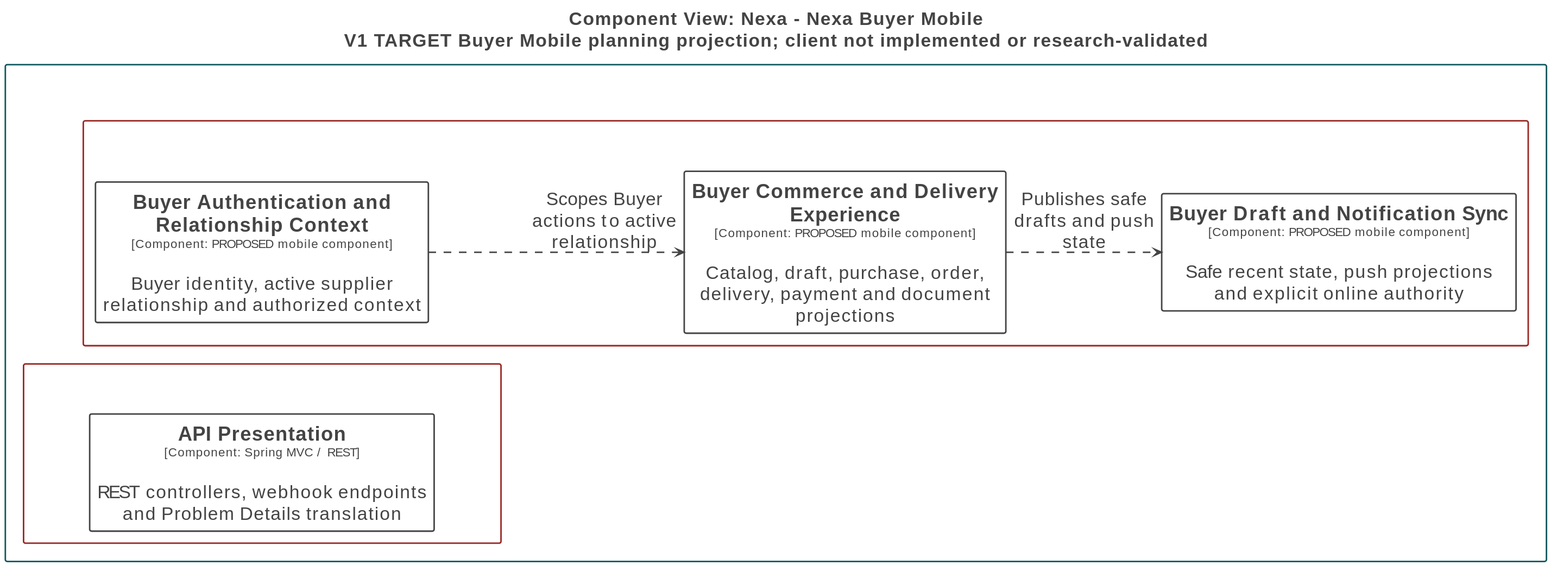
Above: 01-shared/architecture/c4/exports/l3/Nexa-Buyer-Mobile-TARGET.svg in nexa-suite/blueprint (PlantUML), before the change.
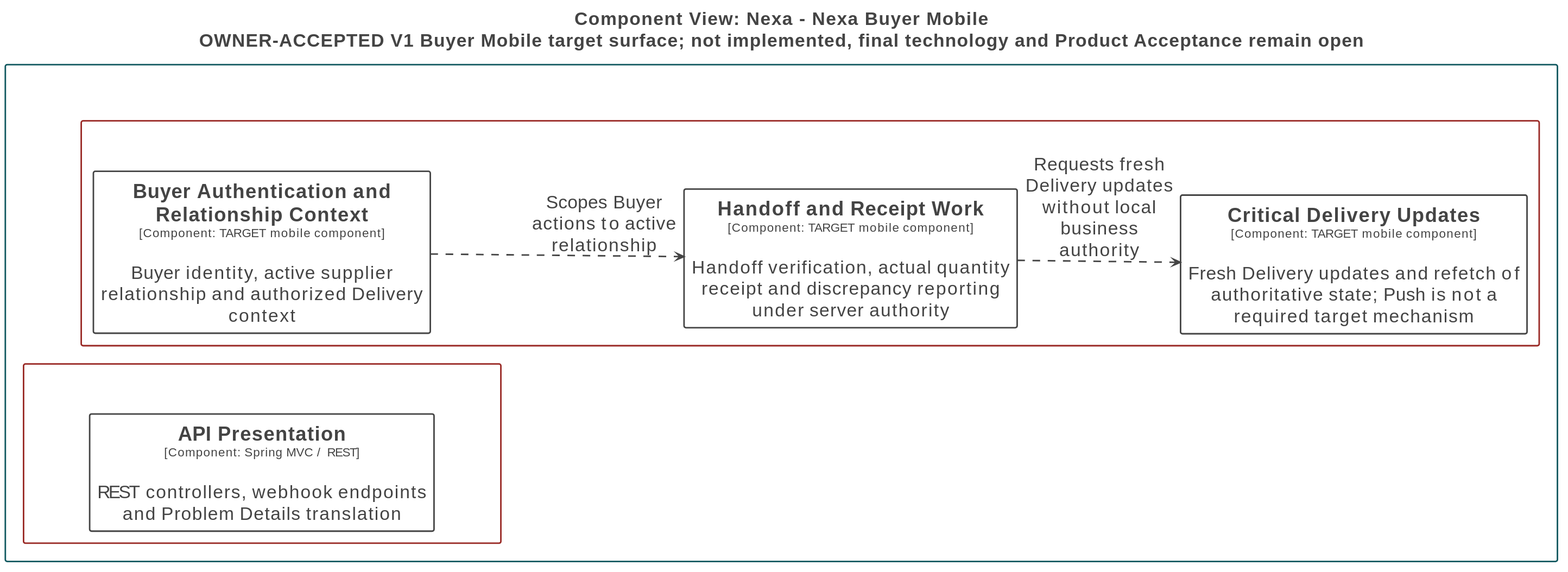
Later version of the same file.

The edit, as a diff of the source:
```diff
@@ -1,5 +1,5 @@
 @startuml
-title <size:24>Component View: Nexa - Nexa Buyer Mobile</size>\n<size:24>V1 TARGET Buyer Mobile planning projection; client not implemented or research-validated</size>
+title <size:24>Component View: Nexa - Nexa Buyer Mobile</size>\n<size:24>OWNER-ACCEPTED V1 Buyer Mobile target surface; not implemented, final technology and Product Acceptance remain open</size>
 
 set separator none
 left to right direction
@@ -73,14 +73,14 @@
     rectangle "==API Presentation\n<size:16>[Component: Spring MVC / REST]</size>\n\nREST controllers, webhook endpoints and Problem Details translation" <<Element-RWxlbWVudA==>> as Nexa.NexaAPI.APIPresentation
   }
 
-  rectangle "Nexa Buyer Mobile\n<size:16>[Container: Mobile client — framework not selected]</size>" <<Boundary-TmV4YSBCdXllciBNb2JpbGU=>> {
-    rectangle "==Buyer Authentication and Relationship Context\n<size:16>[Component: PROPOSED mobile component]</size>\n\nBuyer identity, active supplier relationship and authorized context" <<Element-RWxlbWVudA==>> as Nexa.NexaBuyerMobile.BuyerAuthenticationandRelationshipContext
-    rectangle "==Buyer Commerce and Delivery Experience\n<size:16>[Component: PROPOSED mobile component]</size>\n\nCatalog, draft, purchase, order, delivery, payment and document projections" <<Element-RWxlbWVudA==>> as Nexa.NexaBuyerMobile.BuyerCommerceandDeliveryExperience
-    rectangle "==Buyer Draft and Notification Sync\n<size:16>[Component: PROPOSED mobile component]</size>\n\nSafe recent state, push projections and explicit online authority" <<Element-RWxlbWVudA==>> as Nexa.NexaBuyerMobile.BuyerDraftandNotificationSync
+  rectangle "Nexa Buyer Mobile\n<size:16>[Container: Mobile client technology — final selection open]</size>" <<Boundary-TmV4YSBCdXllciBNb2JpbGU=>> {
+    rectangle "==Buyer Authentication and Relationship Context\n<size:16>[Component: TARGET mobile component]</size>\n\nBuyer identity, active supplier relationship and authorized Delivery context" <<Element-RWxlbWVudA==>> as Nexa.NexaBuyerMobile.BuyerAuthenticationandRelationshipContext
+    rectangle "==Handoff and Receipt Work\n<size:16>[Component: TARGET mobile component]</size>\n\nHandoff verification, actual quantity receipt and discrepancy reporting under server authority" <<Element-RWxlbWVudA==>> as Nexa.NexaBuyerMobile.HandoffandReceiptWork
+    rectangle "==Critical Delivery Updates\n<size:16>[Component: TARGET mobile component]</size>\n\nFresh Delivery updates and refetch of authoritative state; Push is not a required target mechanism" <<Element-RWxlbWVudA==>> as Nexa.NexaBuyerMobile.CriticalDeliveryUpdates
   }
 
 }
 
-Nexa.NexaBuyerMobile.BuyerAuthenticationandRelationshipContext --> Nexa.NexaBuyerMobile.BuyerCommerceandDeliveryExperience <<Relationship-UmVsYXRpb25zaGlw>> : "Scopes Buyer actions to active relationship"
-Nexa.NexaBuyerMobile.BuyerCommerceandDeliveryExperience --> Nexa.NexaBuyerMobile.BuyerDraftandNotificationSync <<Relationship-UmVsYXRpb25zaGlw>> : "Publishes safe drafts and push state"
+Nexa.NexaBuyerMobile.BuyerAuthenticationandRelationshipContext --> Nexa.NexaBuyerMobile.HandoffandReceiptWork <<Relationship-UmVsYXRpb25zaGlw>> : "Scopes Buyer actions to active relationship"
+Nexa.NexaBuyerMobile.HandoffandReceiptWork --> Nexa.NexaBuyerMobile.CriticalDeliveryUpdates <<Relationship-UmVsYXRpb25zaGlw>> : "Requests fresh Delivery updates without local business authority"
 @enduml
```
